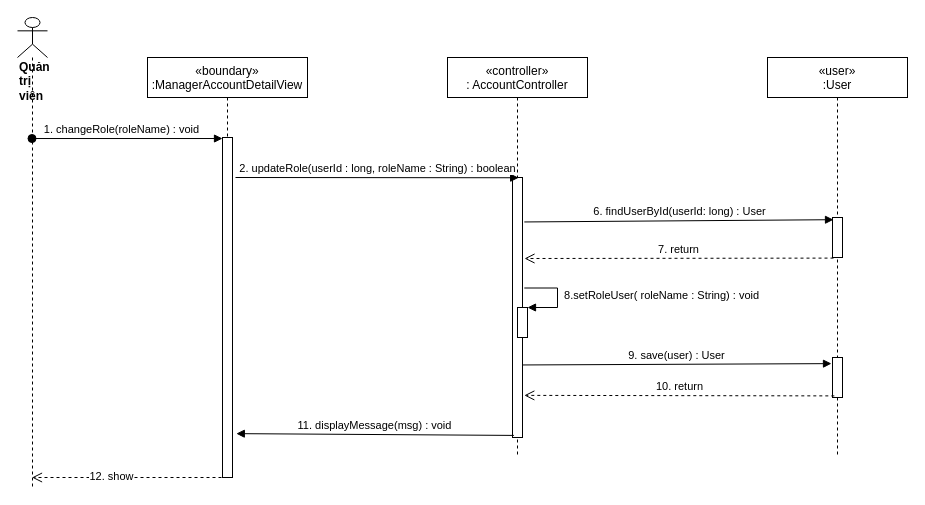
Earlier version of the draw.io diagram sequence diagram/view-setRoleUser-manager-sequence.drawio (nguyenphamvan/datn_20202). Source tidied: cells renumbered, new cells numbered last; positions are measured from the earlier drawing's top-left corner, leaving out a move shared by most shapes. Both pictures are drawn from the tidied source at 100%, with x=0, y=0 at pixel (17, 17).
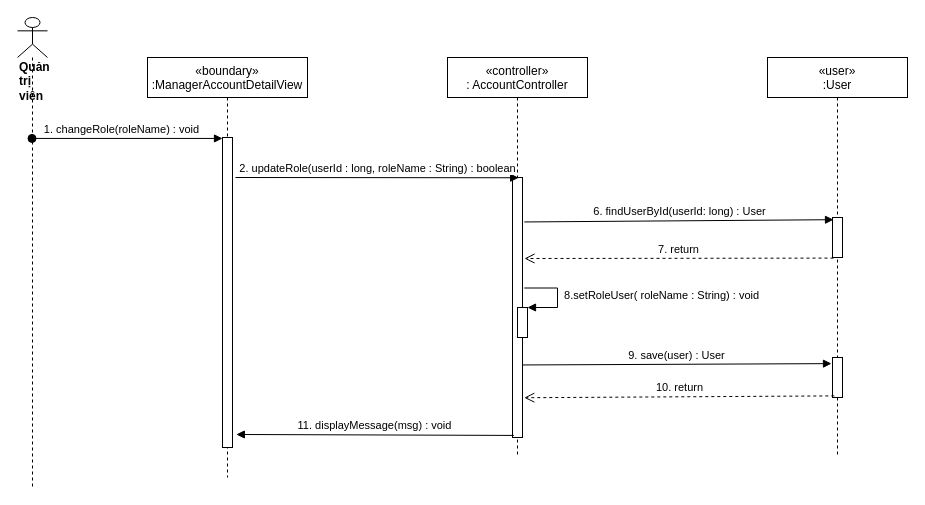
The same page after the edit.

The change refers to these unchanged cells:
```xml
<mxCell id="3" style="points=[];perimeter=orthogonalPerimeter;rounded=0;shadow=0;strokeWidth=1;" parent="2" vertex="1">
  <mxGeometry x="65" y="120" width="10" height="260" as="geometry" />
</mxCell>
<mxCell id="4" value="&lt;div&gt;&lt;b&gt;Quản trị viên&lt;/b&gt;&lt;/div&gt;" style="shape=umlLifeline;participant=umlActor;perimeter=lifelinePerimeter;whiteSpace=wrap;html=1;verticalAlign=top;spacingTop=36;outlineConnect=0;align=left;size=40;" parent="1" vertex="1">
  <mxGeometry width="30" height="470" as="geometry" />
</mxCell>
<mxCell id="9" style="html=1;points=[];perimeter=orthogonalPerimeter;" parent="7" vertex="1">
  <mxGeometry x="65" y="300" width="10" height="40" as="geometry" />
</mxCell>
<mxCell id="12" value="«boundary»&#10;:ManagerAccountDetailView" style="shape=umlLifeline;perimeter=lifelinePerimeter;rounded=0;shadow=0;strokeWidth=1;" parent="1" vertex="1">
  <mxGeometry x="130" y="40" width="160" height="420" as="geometry" />
</mxCell>
```

The edit, as a diff of the source:
```diff
@@
     <mxCell id="13" style="points=[];perimeter=orthogonalPerimeter;rounded=0;shadow=0;strokeWidth=1;" parent="12" vertex="1">
-      <mxGeometry x="75" y="80" width="10" height="340" as="geometry" />
+      <mxGeometry x="75" y="80" width="10" height="310" as="geometry" />
     </mxCell>
@@
-    <mxCell id="15" value="10. return" style="html=1;verticalAlign=bottom;endArrow=open;dashed=1;endSize=8;exitX=0.18;exitY=0.96;exitDx=0;exitDy=0;exitPerimeter=0;entryX=1.18;entryY=0.838;entryDx=0;entryDy=0;entryPerimeter=0;" parent="1" edge="1" source="9" target="3">
+    <mxCell id="15" value="10. return" style="html=1;verticalAlign=bottom;endArrow=open;dashed=1;endSize=8;exitX=0.18;exitY=0.96;exitDx=0;exitDy=0;exitPerimeter=0;entryX=1.18;entryY=0.847;entryDx=0;entryDy=0;entryPerimeter=0;" parent="1" edge="1" source="9" target="3">
       <mxGeometry relative="1" as="geometry" />
     </mxCell>
@@
-    <mxCell id="18" style="html=1;verticalAlign=bottom;endArrow=open;dashed=1;endSize=8;exitX=0.5;exitY=1;exitDx=0;exitDy=0;exitPerimeter=0;" parent="1" edge="1" source="13" target="4">
-      <mxGeometry relative="1" as="geometry" />
-    </mxCell>
-    <mxCell id="19" value="12. show" style="edgeLabel;html=1;align=center;verticalAlign=middle;" parent="18" vertex="1">
-      <mxGeometry x="0.2" y="-2" relative="1" as="geometry" />
-    </mxCell>
-    <mxCell id="20" value="11. displayMessage(msg) : void" style="html=1;verticalAlign=bottom;endArrow=block;exitX=0.14;exitY=0.992;exitDx=0;exitDy=0;exitPerimeter=0;entryX=1.38;entryY=0.871;entryDx=0;entryDy=0;entryPerimeter=0;" parent="1" edge="1" source="3" target="13">
+    <mxCell id="20" value="11. displayMessage(msg) : void" style="html=1;verticalAlign=bottom;endArrow=block;exitX=0.14;exitY=0.992;exitDx=0;exitDy=0;exitPerimeter=0;entryX=1.38;entryY=0.958;entryDx=0;entryDy=0;entryPerimeter=0;" parent="1" edge="1" source="3" target="13">
       <mxGeometry relative="1" as="geometry" />
     </mxCell>
```
